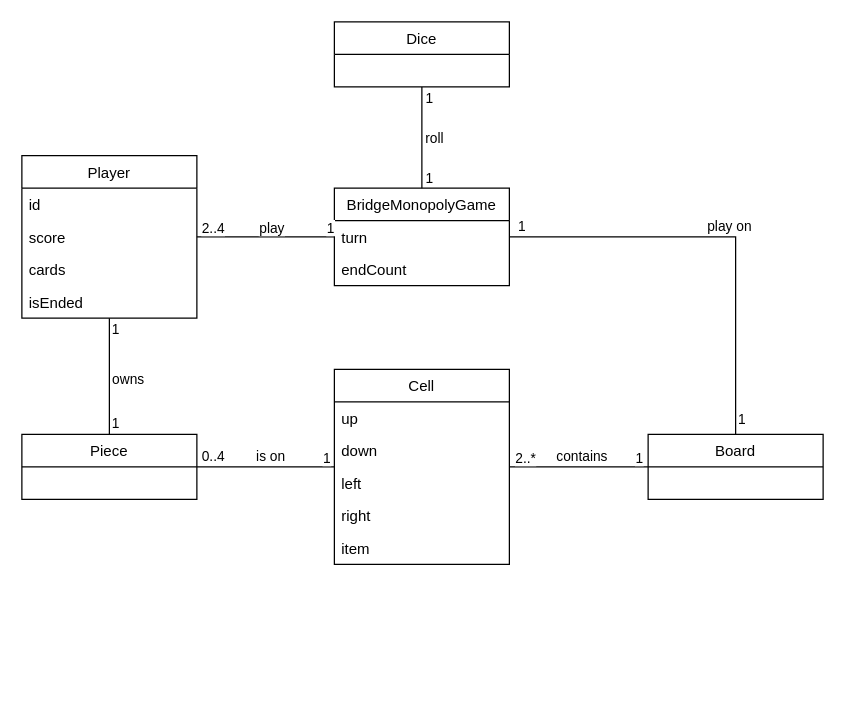
Before: business_model/DomainModelDiagram.drawio in gimangi/Bridge-Monopoly, a draw.io diagram. Source tidied: cells renumbered, new cells numbered last; positions are measured from the earlier drawing's top-left corner, leaving out a move shared by most shapes. Both pictures are drawn from the tidied source at 125%, with x=0, y=0 at pixel (21, 21).
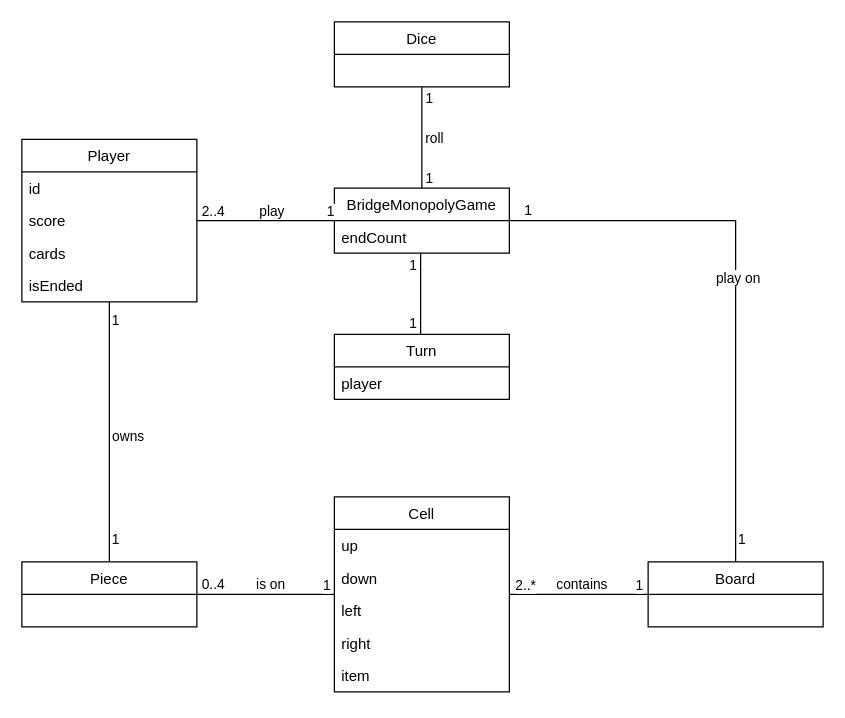
The same page after the edit.

The edit, as a diff of the source:
```diff
@@
     <mxCell id="6" value="Player" style="swimlane;fontStyle=0;horizontal=1;startSize=26;fillColor=none;" parent="1" vertex="1">
-      <mxGeometry y="107" width="140" height="130" as="geometry" />
+      <mxGeometry y="94" width="140" height="130" as="geometry" />
     </mxCell>
@@
+    <mxCell id="45" style="edgeStyle=orthogonalEdgeStyle;rounded=0;orthogonalLoop=1;jettySize=auto;html=1;endArrow=none;endFill=0;" parent="1" edge="1">
+      <mxGeometry relative="1" as="geometry">
+        <mxPoint x="319" y="185" as="sourcePoint" />
+        <mxPoint x="319" y="250" as="targetPoint" />
+      </mxGeometry>
+    </mxCell>
+    <mxCell id="46" value="1" style="edgeLabel;html=1;align=center;verticalAlign=middle;" parent="45" vertex="1">
+      <mxGeometry x="-0.72" y="-4" relative="1" as="geometry">
+        <mxPoint x="-3" as="offset" />
+      </mxGeometry>
+    </mxCell>
+    <mxCell id="47" value="1" style="edgeLabel;html=1;align=center;verticalAlign=middle;" parent="45" vertex="1">
+      <mxGeometry x="0.69" y="-1" relative="1" as="geometry">
+        <mxPoint x="-6" as="offset" />
+      </mxGeometry>
+    </mxCell>
     <mxCell id="15" value="BridgeMonopolyGame" style="swimlane;fontStyle=0;horizontal=1;startSize=26;fillColor=none;" parent="1" vertex="1">
-      <mxGeometry x="250" y="133" width="140" height="78" as="geometry" />
+      <mxGeometry x="250" y="133" width="140" height="52" as="geometry" />
     </mxCell>
-    <mxCell id="16" value="turn" style="text;strokeColor=none;fillColor=none;align=left;verticalAlign=top;spacingLeft=4;spacingRight=4;overflow=hidden;" parent="15" vertex="1">
-      <mxGeometry y="26" width="140" height="26" as="geometry" />
-    </mxCell>
     <mxCell id="17" value="endCount" style="text;strokeColor=none;fillColor=none;align=left;verticalAlign=top;spacingLeft=4;spacingRight=4;overflow=hidden;" parent="15" vertex="1">
-      <mxGeometry y="52" width="140" height="26" as="geometry" />
+      <mxGeometry y="26" width="140" height="26" as="geometry" />
     </mxCell>
@@
     <mxCell id="22" value="Board" style="swimlane;fontStyle=0;horizontal=1;startSize=26;fillColor=none;" parent="1" vertex="1">
-      <mxGeometry x="501" y="330" width="140" height="52" as="geometry" />
+      <mxGeometry x="501" y="432" width="140" height="52" as="geometry" />
     </mxCell>
@@
     <mxCell id="28" value="Piece" style="swimlane;fontStyle=0;horizontal=1;startSize=26;fillColor=none;" parent="1" vertex="1">
-      <mxGeometry y="330" width="140" height="52" as="geometry" />
+      <mxGeometry y="432" width="140" height="52" as="geometry" />
     </mxCell>
@@
     <mxCell id="33" value="Cell" style="swimlane;fontStyle=0;horizontal=1;startSize=26;fillColor=none;" parent="1" vertex="1">
-      <mxGeometry x="250" y="278" width="140" height="156" as="geometry" />
+      <mxGeometry x="250" y="380" width="140" height="156" as="geometry" />
     </mxCell>
@@
+    <mxCell id="48" value="Turn" style="swimlane;fontStyle=0;horizontal=1;startSize=26;fillColor=none;" parent="1" vertex="1">
+      <mxGeometry x="250" y="250" width="140" height="52" as="geometry" />
+    </mxCell>
+    <mxCell id="49" value="player" style="text;strokeColor=none;fillColor=none;align=left;verticalAlign=top;spacingLeft=4;spacingRight=4;overflow=hidden;" parent="48" vertex="1">
+      <mxGeometry y="26" width="140" height="26" as="geometry" />
+    </mxCell>
```
